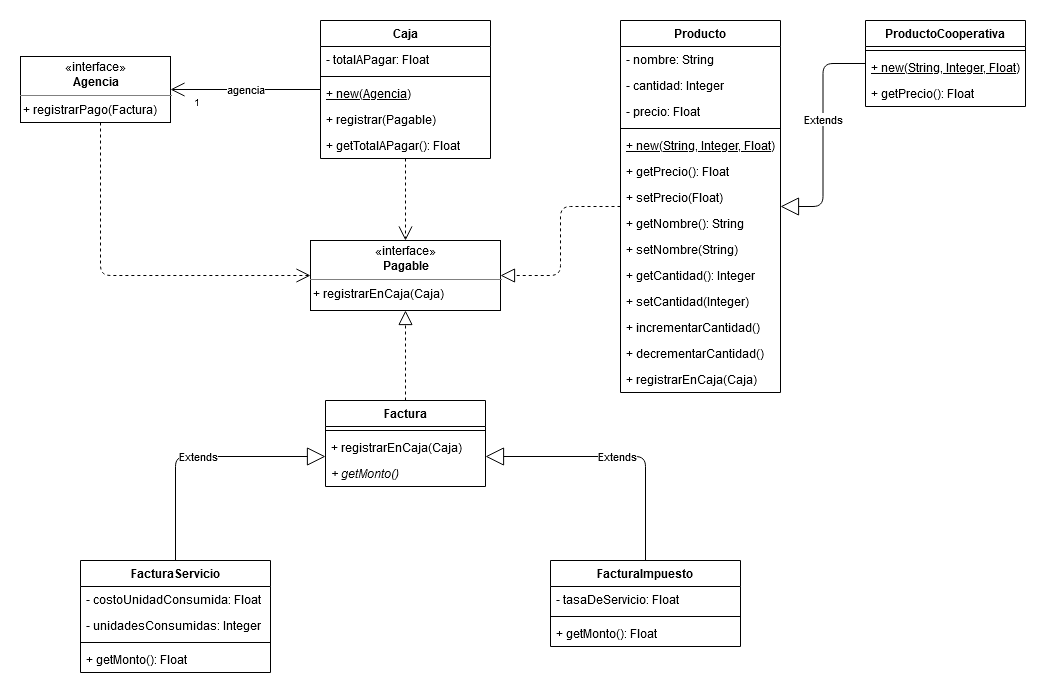
The draw.io diagram diagrams/po2-tp4-01-caja-mercado-02-v2.png in pablospizzamiglio/unq-po2, before a commit. Source tidied: cells renumbered, new cells last; positions are measured from the earlier drawing's top-left corner, leaving out a move shared by most shapes.
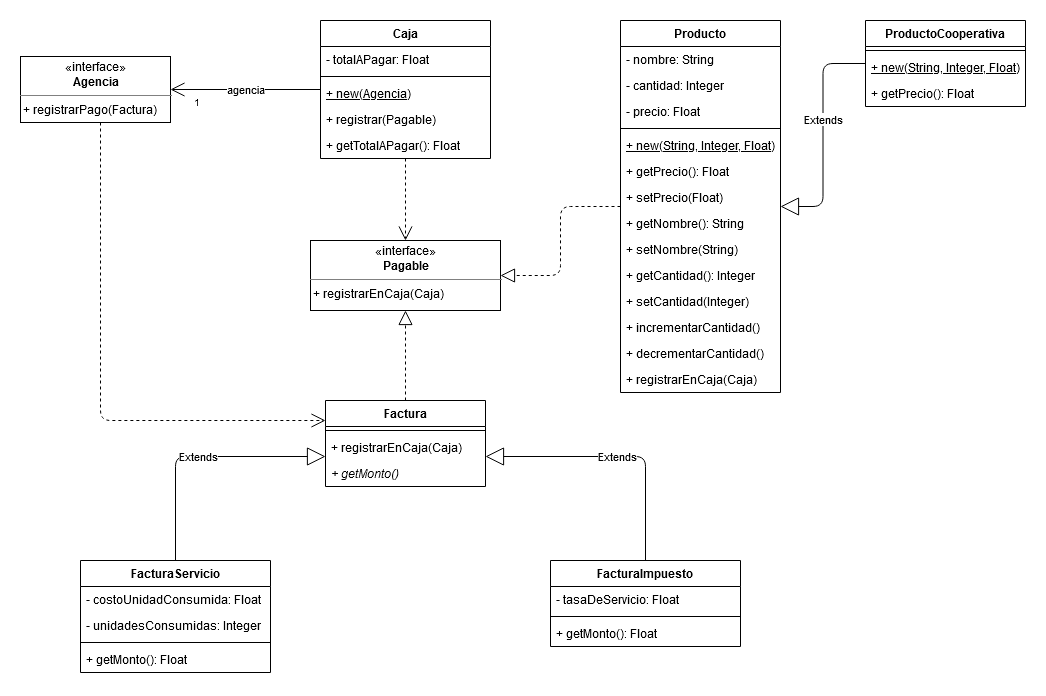
The same file after the commit.

Commit message:
Fix bad relationship

Diff of the diagram source:
```diff
@@ -153,10 +153,10 @@
     <mxCell id="48" value="+ getTotalAPagar(): Float" style="text;strokeColor=none;fillColor=none;align=left;verticalAlign=top;spacingLeft=4;spacingRight=4;overflow=hidden;" parent="43" vertex="1">
       <mxGeometry y="112" width="170" height="26" as="geometry" />
     </mxCell>
-    <mxCell id="49" style="endArrow=open;endFill=1;endSize=12;html=1;dashed=1;edgeStyle=orthogonalEdgeStyle;" parent="1" edge="1" source="3" target="6">
+    <mxCell id="49" style="endArrow=open;endFill=1;endSize=12;html=1;dashed=1;edgeStyle=orthogonalEdgeStyle;" parent="1" edge="1" source="3" target="35">
       <mxGeometry relative="1" as="geometry">
         <Array as="points">
-          <mxPoint x="80" y="255" />
+          <mxPoint x="80" y="400" />
         </Array>
       </mxGeometry>
     </mxCell>
```
